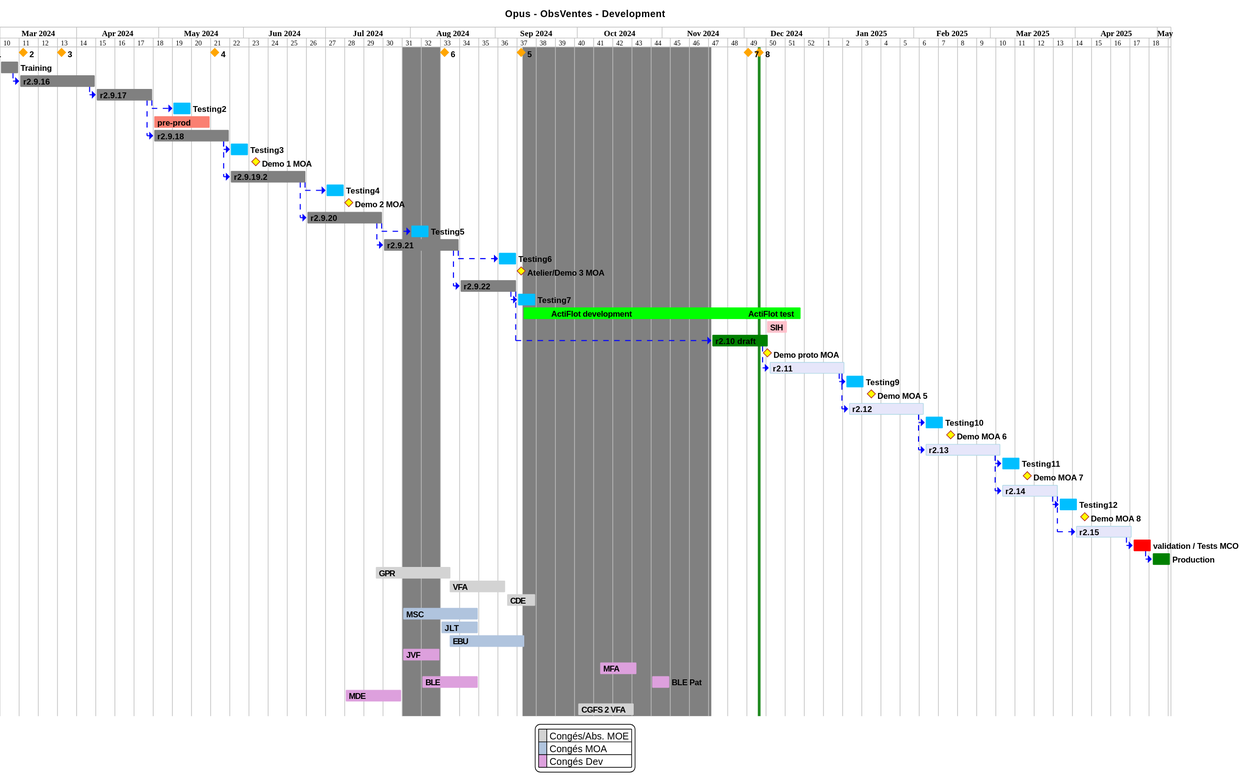
This is projects/obsvente/not/images/refonte-obsventes-planning-sprints.svg from sumaris-net/sumaris-doc, a PlantUML export, as it was before one commit. The source it was exported from:
```plantuml
@startgantt
hide footbox

<style>
ganttDiagram {
    unstartedTask {
        FontName Helvetica
        FontColor Green
        FontSize 12
        FontStyle bold
        BackGroundColor DeepSkyBlue
        LineColor DeepSkyBlue
    }
    task {
        FontName Helvetica
        FontColor Black
        FontSize 12
        FontStyle bold
        BackGroundColor DeepSkyBlue
        LineColor DeepSkyBlue
    }
    milestone {
        FontColor black
        FontSize 12
        FontStyle bold
        BackGroundColor yellow
        LineColor FireBrick
    }
    note {
        FontColor DarkGreen
        FontSize 10
        LineColor OrangeRed
    }
    arrow {
        FontName Helvetica
        FontColor red
        FontSize 18
        FontStyle bold
        BackGroundColor GreenYellow
        LineColor blue
        LineStyle 8.0;13.0
        LineThickness 3.0
    }
    closed {
        BackgroundColor pink
        FontColor red
    }
}
</style>

printscale weekly
projectscale weekly

title Opus - ObsVentes - Development


!procedure N(x,n)
[x<size:0>n</size>]
!endprocedure

N(1, 1) as [o1] happen the 2024/02/29
N(1, 1) is colored in orange

N(2, 2) as [o2] happen the 2024/03/12
N(2, 2) is colored in orange

N(3, 3) as [o3] happen the 2024/03/26
N(3, 3) is colored in orange

N(4, 4) as [o4] happen the 2024/05/21
N(4, 4) is colored in orange

N(5, 5) as [o5] happen the 2024/09/10
N(5, 5) is colored in orange

N(6, 6) as [o6] happen the 2024/08/13
N(6, 6) is colored in orange

N(7, 7) as [o7] happen the 2024/12/02
N(7, 7) is colored in orange

N(8, 8) as [o8] happen the 2024/12/06
N(8, 8) is colored in orange

[o1] displays on same row as [o2]
[o2] displays on same row as [o3]
[o3] displays on same row as [o4]
[o4] displays on same row as [o5]
[o5] displays on same row as [o6]
[o6] displays on same row as [o7]
[o7] displays on same row as [o8]

today is colored in forestGreen

Project starts the 2024/03/04
[Training] as [TRAIN1] requires 1 week
[TRAIN1] is colored in Grey

[r2.9.16] as [TASK1] requires 4 weeks
[TASK1] is colored in Grey
[TRAIN1]->[TASK1]


[r2.9.17] as [TASK2] requires 3 weeks
[TASK2] is colored in Grey
[TASK1]->[TASK2]
[Testing2] requires 1 week and starts the 6th of May 2024
[TASK2]->[Testing2]

[pre-prod] as [PREPROD] requires 3 week and starts the 29th of April 2024
[PREPROD] is colored in salmon

[r2.9.18] as [TASK3] requires 4 weeks
[TASK3] is colored in grey
[TASK2]->[TASK3]
[Testing3] requires 1 week
[TASK3]->[Testing3]
[Demo 1 MOA] happens 3 day after [Testing3]'s end

[r2.9.19.2] as [TASK4] requires 4 weeks and starts the 27th of May 2024
[TASK4] is colored in grey
[TASK3]->[TASK4]
[Testing4] requires 1 week and starts 1th of July 2024
[TASK4]->[Testing4]
[Demo 2 MOA] happens 9th of July 2024

[r2.9.20] as [TASK5] requires 4 weeks and starts the 24th of June 2024
[TASK5] is colored in grey
[TASK4]->[TASK5]
[Testing5] requires 1 week and starts the 1th of August 2024
[TASK5]->[Testing5]

[r2.9.21] as [TASK6] requires 4 weeks and starts the 15th of July 2024
[r2.9.21] is colored in grey
[TASK5]->[TASK6]
[Testing6] requires 1 week and starts the 2 of Septembre 2024
[TASK6]->[Testing6]

[Atelier/Demo 3 MOA] happens the 10th of September 2024

[r2.9.22] as [TASK7] requires 3 weeks and starts the 19th of August 2024
[TASK7] is colored in grey
[TASK6]->[TASK7]
[Testing7] requires 1 week
[TASK7]->[Testing7]




[            ActiFlot development] as [ActivityCalendarMEP] requires 12 week and starts 11th September 2024
[ActivityCalendarMEP] is colored in lime

[ActiFlot test] as [ActivityCalendarMCO] requires 3 week and starts 1th December 2024
[ActivityCalendarMCO] is colored in lime

[ActivityCalendarMEP] displays on same row as [ActivityCalendarMCO]

[SIH] as [Séminaire SIH] requires 8 days and starts the 9th December 2024
[SIH] is colored in pink

[r2.10 draft] as [TASK8] requires 3 weeks and starts the 19th of November 2024
[TASK8] is colored in green
[TASK7]->[TASK8]

[Demo proto MOA] happens 0 day after [TASK8]'s end


[r2.11] as [TASK9] requires 4 weeks and starts the 9th of December 2024
[TASK9] is colored in Lavender/LightBlue
[TASK8]->[TASK9]
[Testing9] requires 1 week
[TASK9]->[Testing9]
[Demo MOA 5] happens 3 day after [Testing9]'s end

[r2.12] as [TASK10] requires 4 weeks and starts the 8th of January 2025
[TASK10] is colored in Lavender/LightBlue
[TASK9]->[TASK10]
[Testing10] requires 1 week
[TASK10]->[Testing10]
[Demo MOA 6] happens 3 day after [Testing10]'s end

[r2.13] as [TASK11] requires 4 weeks and starts the 5th of Febrary 2025
[TASK11] is colored in Lavender/LightBlue
[TASK10]->[TASK11]
[Testing11] requires 1 week
[TASK11]->[Testing11]
[Demo MOA 7] happens 3 day after [Testing11]'s end

[r2.14] as [TASK12] requires 3 weeks and starts the 4th of March 2025
[TASK12] is colored in Lavender/LightBlue
[TASK11]->[TASK12]
[Testing12] requires 1 week
[TASK12]->[Testing12]
[Demo MOA 8] happens 3 day after [Testing12]'s end

[r2.15] as [TASK13] requires 3 weeks and starts the 1th of April 2025
[TASK13] is colored in Lavender/LightBlue
[TASK12]->[TASK13]


[validation / Tests MCO] as [VAL] requires 1 week and starts the 10th of April 2025
[VAL] is colored in orange
[TASK13]->[VAL]

[Production] as [PROD] requires 1 week and starts the 2th of December 2024
[PROD] is colored in green
[VAL]->[PROD]

[validation] as [VAL] requires 1 week and starts the 1th of April 2025
[VAL] is colored in red


[GPR] as [CONG_GPR] requires 4 week and starts the 19th of July 2024
[VFA] as [CONG_VFA] requires 3 week and starts the 15th of August 2024
[CDE] as [CONG_CDE] requires 11 days and starts the 5th of september 2024
[GPR] is colored in lightgrey
[VFA] is colored in lightgrey
[CDE] is colored in lightgrey

[MSC] as [CONG_MSC] requires 4 week and starts the 29 of July 2024
[MSC] is colored in lightsteelblue

[JLT] as [CONG_JLT] requires 2 week and starts the 12 of August 2024
[JLT] is colored in lightsteelblue

[EBU] as [CONG_EBU] requires 4 week and starts the 15 of August 2024
[EBU] is colored in lightsteelblue

[JVF] as [CONG_JVF] requires 2 week and starts the 29th of July 2024
[JVF] is colored in plum
2024-07-29 to 2024-08-11 is colored in grey
2024-09-11 to 2024-11-18 is colored in grey

[MFA] as [CONG_MFA] requires 2 week and starts the 09th of October 2024
[MFA] is colored in plum

[BLE] as [CONG_BLE] requires 3 week and starts the 5th of August 2024
[BLE] is colored in plum

[BLE Pat] as [PAT_BLE] requires 1 week and starts the 28th of October 2024
[BLE Pat] is colored in plum
[BLE Pat] displays on same row as [BLE]

[MDE] as [CONG_MDE] requires 3 week and starts the 8th of July 2024
[MDE] is colored in plum

[CGFS 2 VFA] as [EMB] requires 3 week and starts the 31th of September 2024
[EMB] is colored in lightgrey

skinparam legendBackgroundColor with

legend
  |<#lightgrey>  | Congés/Abs. MOE |
  |<#lightsteelblue>  | Congés MOA |
  |<#plum>   | Congés Dev |
end legend

@endgantt
```
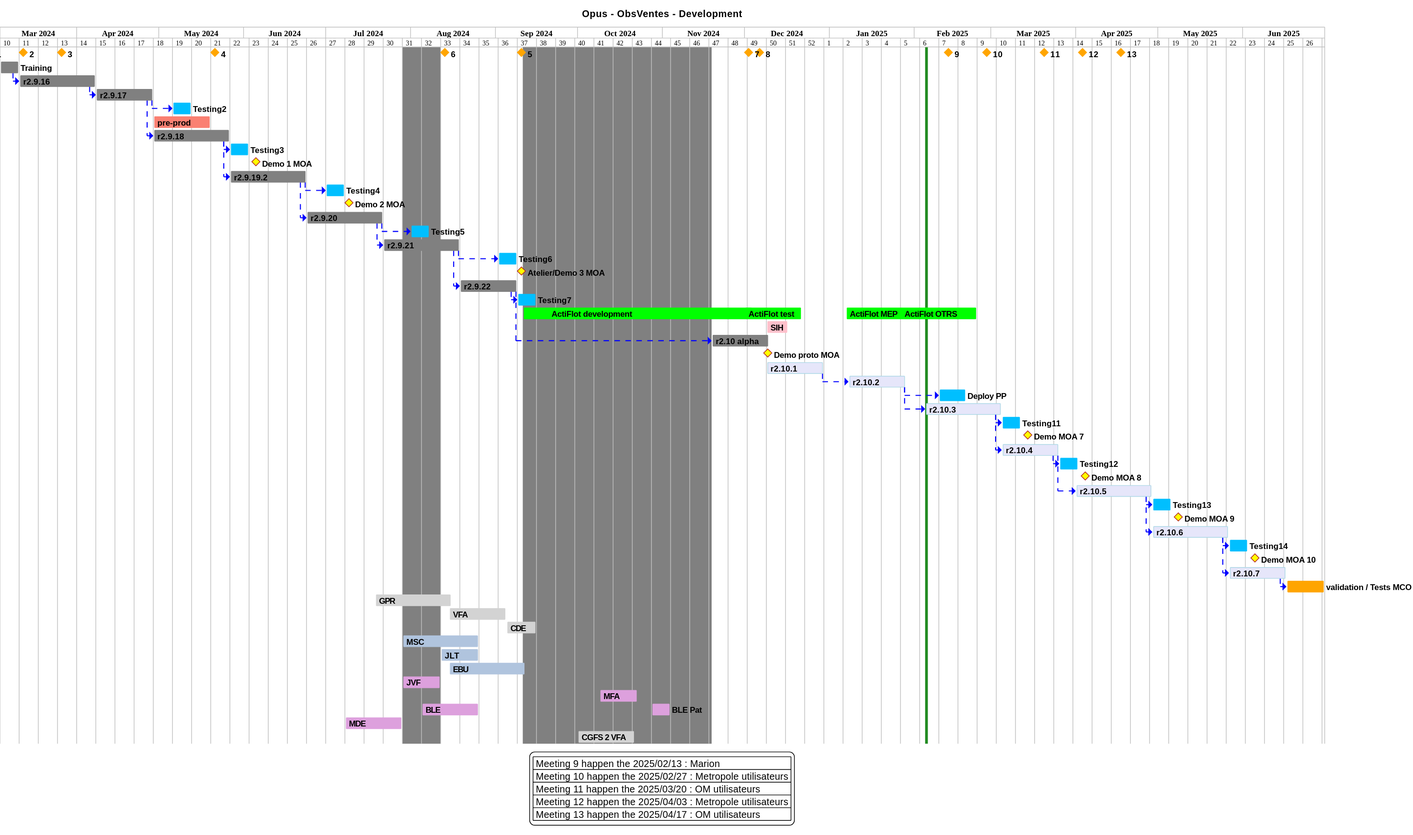
After the commit.

Commit message:
[not] Update ObsVentes planning

The edit, as a diff of the source:
```diff
@@ -82,6 +82,22 @@
 N(8, 8) as [o8] happen the 2024/12/06
 N(8, 8) is colored in orange
 
+N(9, 9) as [o9] happen the 2025/02/13
+N(9, 9) is colored in orange
+
+N(10, 10) as [o10] happen the 2025/02/27
+N(10, 10) is colored in orange
+
+N(11, 11) as [o11] happen the 2025/03/20
+N(11, 11) is colored in orange
+
+N(12, 12) as [o12] happen the 2025/04/03
+N(12, 12) is colored in orange
+
+N(13, 13) as [o13] happen the 2025/04/17
+N(13, 13) is colored in orange
+
+
 [o1] displays on same row as [o2]
 [o2] displays on same row as [o3]
 [o3] displays on same row as [o4]
@@ -89,6 +105,11 @@
 [o5] displays on same row as [o6]
 [o6] displays on same row as [o7]
 [o7] displays on same row as [o8]
+[o8] displays on same row as [o9]
+[o9] displays on same row as [o10]
+[o10] displays on same row as [o11]
+[o11] displays on same row as [o12]
+[o12] displays on same row as [o13]
 
 today is colored in forestGreen
 
@@ -147,67 +168,83 @@
 
 
 
-[            ActiFlot development] as [ActivityCalendarMEP] requires 12 week and starts 11th September 2024
-[ActivityCalendarMEP] is colored in lime
+[            ActiFlot development] as [ActivityCalendarDev] requires 12 week and starts 11th September 2024
+[ActivityCalendarDev] is colored in lime
 
 [ActiFlot test] as [ActivityCalendarMCO] requires 3 week and starts 1th December 2024
 [ActivityCalendarMCO] is colored in lime
 
+[ActiFlot test] as [ActivityCalendarMCO] requires 3 week and starts 1th December 2024
+[ActivityCalendarMCO] is colored in lime
+
+[ActiFlot MEP] as [ActivityCalendarMEP] requires 3 week and starts 07th January 2025
+[ActivityCalendarMEP] is colored in lime
+
+[ActiFlot OTRS] as [ActivityCalendarOTRS] requires 4 week and starts 27th January 2025
+[ActivityCalendarOTRS] is colored in lime
+
+[ActivityCalendarDev] displays on same row as [ActivityCalendarMCO]
 [ActivityCalendarMEP] displays on same row as [ActivityCalendarMCO]
+[ActivityCalendarOTRS] displays on same row as [ActivityCalendarMCO]
 
 [SIH] as [Séminaire SIH] requires 8 days and starts the 9th December 2024
 [SIH] is colored in pink
 
-[r2.10 draft] as [TASK8] requires 3 weeks and starts the 19th of November 2024
-[TASK8] is colored in green
+[r2.10 alpha] as [TASK8] requires 3 weeks and starts the 19th of November 2024
+[TASK8] is colored in grey
 [TASK7]->[TASK8]
 
 [Demo proto MOA] happens 0 day after [TASK8]'s end
 
 
-[r2.11] as [TASK9] requires 4 weeks and starts the 9th of December 2024
+[r2.10.1] as [TASK9] requires 3 weeks and starts the 9th of December 2024
 [TASK9] is colored in Lavender/LightBlue
-[TASK8]->[TASK9]
-[Testing9] requires 1 week
-[TASK9]->[Testing9]
-[Demo MOA 5] happens 3 day after [Testing9]'s end
 
-[r2.12] as [TASK10] requires 4 weeks and starts the 8th of January 2025
+
+[r2.10.2] as [TASK10] requires 3 weeks and starts the 8th of January 2025
 [TASK10] is colored in Lavender/LightBlue
 [TASK9]->[TASK10]
-[Testing10] requires 1 week
-[TASK10]->[Testing10]
-[Demo MOA 6] happens 3 day after [Testing10]'s end
+[Deploy PP] requires 10 days and starts the 10 febrary 2025
+[TASK10]->[Deploy PP]
 
-[r2.13] as [TASK11] requires 4 weeks and starts the 5th of Febrary 2025
+
+[r2.10.3] as [TASK11] requires 4 weeks and starts the 5th of Febrary 2025
 [TASK11] is colored in Lavender/LightBlue
 [TASK10]->[TASK11]
 [Testing11] requires 1 week
 [TASK11]->[Testing11]
 [Demo MOA 7] happens 3 day after [Testing11]'s end
 
-[r2.14] as [TASK12] requires 3 weeks and starts the 4th of March 2025
+[r2.10.4] as [TASK12] requires 3 weeks and starts the 4th of March 2025
 [TASK12] is colored in Lavender/LightBlue
 [TASK11]->[TASK12]
 [Testing12] requires 1 week
 [TASK12]->[Testing12]
 [Demo MOA 8] happens 3 day after [Testing12]'s end
 
-[r2.15] as [TASK13] requires 3 weeks and starts the 1th of April 2025
+[r2.10.5] as [TASK13] requires 4 weeks and starts the 1th of April 2025
 [TASK13] is colored in Lavender/LightBlue
 [TASK12]->[TASK13]
+[Testing13] requires 1 week
+[TASK13]->[Testing13]
+[Demo MOA 9] happens 3 day after [Testing13]'s end
 
 
-[validation / Tests MCO] as [VAL] requires 1 week and starts the 10th of April 2025
+[r2.10.6] as [TASK14] requires 4 weeks and starts the 29th of April 2025
+[TASK14] is colored in Lavender/LightBlue
+[TASK13]->[TASK14]
+[Testing14] requires 1 week
+[TASK14]->[Testing14]
+[Demo MOA 10] happens 3 day after [Testing14]'s end
+
+[r2.10.7] as [TASK15] requires 3 weeks and starts the 3th of May 2025
+[TASK15] is colored in Lavender/LightBlue
+[TASK14]->[TASK15]
+
+[validation / Tests MCO] as [VAL] requires 2 weeks and starts the 27th of May 2025
 [VAL] is colored in orange
-[TASK13]->[VAL]
+[TASK15]->[VAL]
 
-[Production] as [PROD] requires 1 week and starts the 2th of December 2024
-[PROD] is colored in green
-[VAL]->[PROD]
-
-[validation] as [VAL] requires 1 week and starts the 1th of April 2025
-[VAL] is colored in red
 
 
 [GPR] as [CONG_GPR] requires 4 week and starts the 19th of July 2024
@@ -247,12 +284,16 @@
 [CGFS 2 VFA] as [EMB] requires 3 week and starts the 31th of September 2024
 [EMB] is colored in lightgrey
 
+
+legend
+| Meeting 9 happen the 2025/02/13 : Marion |
+| Meeting 10 happen the 2025/02/27 : Metropole utilisateurs |
+| Meeting 11 happen the 2025/03/20 : OM utilisateurs |
+| Meeting 12 happen the 2025/04/03 : Metropole utilisateurs |
+| Meeting 13 happen the 2025/04/17 : OM utilisateurs |
+end legend
+
 skinparam legendBackgroundColor with
 
-legend
-  |<#lightgrey>  | Congés/Abs. MOE |
-  |<#lightsteelblue>  | Congés MOA |
-  |<#plum>   | Congés Dev |
-end legend
 
 @endgantt
```
